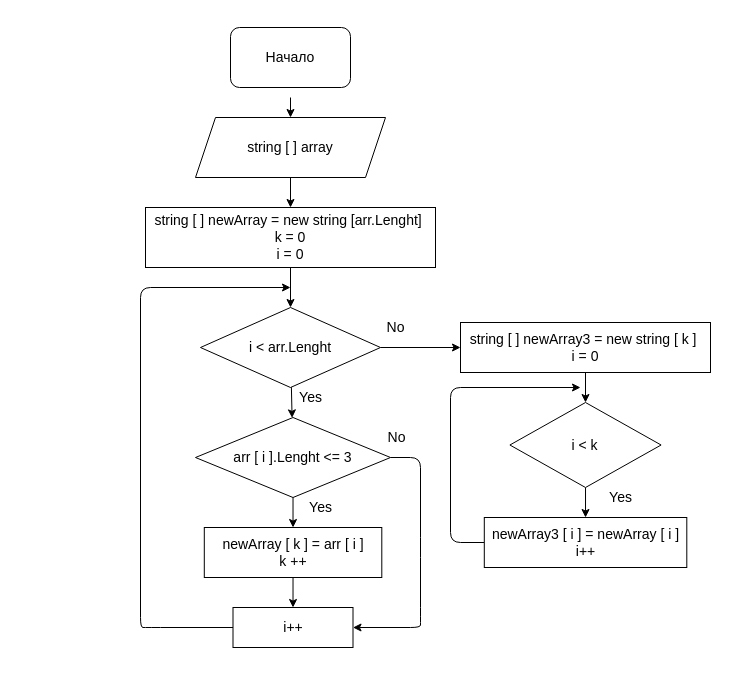
Earlier version of the draw.io diagram block.drawio (PenF00k/Final_Work). Source tidied: cells renumbered, new cells numbered last; positions are measured from the earlier drawing's top-left corner, leaving out a move shared by most shapes. Both pictures are drawn from the tidied source at 100%, with x=0, y=0 at pixel (140, 27).
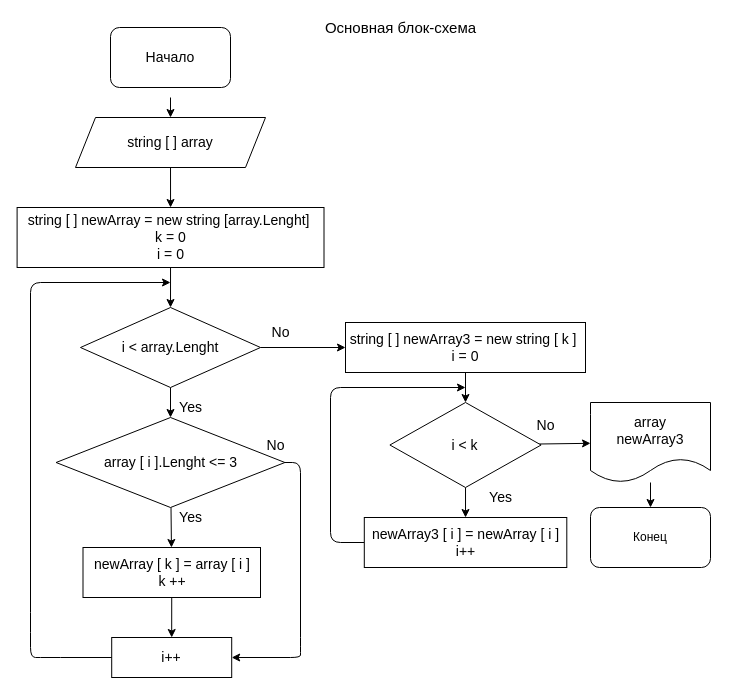
After the change.

Diff of the diagram source:
```diff
@@
     <mxCell id="2" style="edgeStyle=none;html=1;" parent="1" edge="1" target="4">
       <mxGeometry relative="1" as="geometry">
-        <mxPoint x="150" y="70" as="sourcePoint" />
+        <mxPoint x="30" y="70" as="sourcePoint" />
       </mxGeometry>
     </mxCell>
-    <mxCell id="3" style="edgeStyle=none;html=1;" parent="1" edge="1" source="4" target="7">
+    <mxCell id="3" style="edgeStyle=none;html=1;entryX=0.5;entryY=0;entryDx=0;entryDy=0;fontSize=15;" parent="1" edge="1" source="4" target="7">
       <mxGeometry relative="1" as="geometry" />
     </mxCell>
     <mxCell id="4" value="&lt;font style=&quot;font-size: 14px&quot;&gt;string [ ] array&lt;/font&gt;" style="shape=parallelogram;perimeter=parallelogramPerimeter;whiteSpace=wrap;html=1;fixedSize=1;" parent="1" vertex="1">
-      <mxGeometry x="55" y="90" width="190" height="60" as="geometry" />
+      <mxGeometry x="-65" y="90" width="190" height="50" as="geometry" />
     </mxCell>
     <mxCell id="5" value="&lt;font style=&quot;font-size: 14px&quot;&gt;Начало&lt;/font&gt;" style="rounded=1;whiteSpace=wrap;html=1;" parent="1" vertex="1">
-      <mxGeometry x="90" width="120" height="60" as="geometry" />
+      <mxGeometry x="-30" width="120" height="60" as="geometry" />
     </mxCell>
@@
-    <mxCell id="7" value="&lt;font style=&quot;font-size: 14px&quot;&gt;string [ ] newArray = new string [arr.Lenght]&amp;nbsp;&lt;br&gt;k = 0&lt;br&gt;i = 0&lt;br&gt;&lt;/font&gt;" style="whiteSpace=wrap;html=1;" parent="1" vertex="1">
-      <mxGeometry x="5" y="180" width="290" height="60" as="geometry" />
+    <mxCell id="7" value="&lt;font style=&quot;font-size: 14px&quot;&gt;string [ ] newArray = new string [array.Lenght]&amp;nbsp;&lt;br&gt;k = 0&lt;br&gt;i = 0&lt;br&gt;&lt;/font&gt;" style="whiteSpace=wrap;html=1;" parent="1" vertex="1">
+      <mxGeometry x="-123.4" y="180" width="306.9" height="60" as="geometry" />
     </mxCell>
@@
-    <mxCell id="10" value="&lt;font style=&quot;font-size: 14px&quot;&gt;i &amp;lt; arr.Lenght&lt;/font&gt;" style="rhombus;whiteSpace=wrap;html=1;" parent="1" vertex="1">
-      <mxGeometry x="60" y="280" width="180" height="80" as="geometry" />
+    <mxCell id="10" value="&lt;font style=&quot;font-size: 14px&quot;&gt;i &amp;lt; array.Lenght&lt;/font&gt;" style="rhombus;whiteSpace=wrap;html=1;" parent="1" vertex="1">
+      <mxGeometry x="-60" y="280" width="180" height="80" as="geometry" />
     </mxCell>
@@
-    <mxCell id="12" style="edgeStyle=none;html=1;exitX=1;exitY=0.5;exitDx=0;exitDy=0;fontSize=14;entryX=1;entryY=0.5;entryDx=0;entryDy=0;" parent="1" edge="1" source="13" target="19">
+    <mxCell id="12" style="edgeStyle=none;html=1;fontSize=15;entryX=1;entryY=0.5;entryDx=0;entryDy=0;" parent="1" edge="1" source="13" target="19">
       <mxGeometry relative="1" as="geometry">
         <Array as="points">
-          <mxPoint x="280" y="430" />
-          <mxPoint x="280" y="520" />
-          <mxPoint x="280" y="590" />
-          <mxPoint x="280" y="600" />
+          <mxPoint x="160" y="435" />
+          <mxPoint x="160" y="620" />
+          <mxPoint x="160" y="630" />
         </Array>
       </mxGeometry>
     </mxCell>
-    <mxCell id="13" value="&lt;font style=&quot;font-size: 14px&quot;&gt;arr [ i ].Lenght &amp;lt;= 3&lt;/font&gt;" style="rhombus;whiteSpace=wrap;html=1;" parent="1" vertex="1">
-      <mxGeometry x="55" y="390" width="195" height="80" as="geometry" />
+    <mxCell id="13" value="&lt;font style=&quot;font-size: 14px&quot;&gt;array [ i ].Lenght &amp;lt;= 3&lt;br&gt;&lt;/font&gt;" style="rhombus;whiteSpace=wrap;html=1;" parent="1" vertex="1">
+      <mxGeometry x="-84.4" y="390" width="228.8" height="90" as="geometry" />
     </mxCell>
     <mxCell id="14" value="Yes" style="text;html=1;align=center;verticalAlign=middle;strokeColor=none;fillColor=none;fontSize=14;" parent="1" vertex="1">
-      <mxGeometry x="150" y="360" width="40" height="20" as="geometry" />
+      <mxGeometry x="30" y="370" width="40" height="20" as="geometry" />
     </mxCell>
     <mxCell id="15" value="Yes" style="text;html=1;align=center;verticalAlign=middle;strokeColor=none;fillColor=none;fontSize=14;" parent="1" vertex="1">
-      <mxGeometry x="160" y="470" width="40" height="20" as="geometry" />
+      <mxGeometry x="30" y="480" width="40" height="20" as="geometry" />
     </mxCell>
-    <mxCell id="16" style="edgeStyle=none;html=1;fontSize=14;" parent="1" edge="1" source="17" target="19">
+    <mxCell id="16" style="edgeStyle=none;html=1;entryX=0.5;entryY=0;entryDx=0;entryDy=0;fontSize=15;" parent="1" edge="1" source="17" target="19">
       <mxGeometry relative="1" as="geometry" />
     </mxCell>
-    <mxCell id="17" value="&lt;span style=&quot;font-size: 14px&quot;&gt;newArray [ k ] = arr [ i ]&lt;/span&gt;&lt;br style=&quot;font-size: 14px&quot;&gt;&lt;span style=&quot;font-size: 14px&quot;&gt;k ++&lt;/span&gt;" style="whiteSpace=wrap;html=1;" parent="1" vertex="1">
-      <mxGeometry x="63.8" y="500" width="177.5" height="50" as="geometry" />
+    <mxCell id="17" value="&lt;span style=&quot;font-size: 14px&quot;&gt;newArray [ k ] = array [ i ]&lt;/span&gt;&lt;br style=&quot;font-size: 14px&quot;&gt;&lt;span style=&quot;font-size: 14px&quot;&gt;k ++&lt;/span&gt;" style="whiteSpace=wrap;html=1;" parent="1" vertex="1">
+      <mxGeometry x="-57.5" y="520" width="177.5" height="50" as="geometry" />
     </mxCell>
-    <mxCell id="18" style="edgeStyle=none;html=1;fontSize=14;" parent="1" edge="1" source="19">
+    <mxCell id="18" style="edgeStyle=none;html=1;fontSize=14;" parent="1" edge="1">
       <mxGeometry relative="1" as="geometry">
-        <mxPoint x="150" y="260" as="targetPoint" />
+        <mxPoint x="-20" y="630" as="sourcePoint" />
+        <mxPoint x="30" y="255" as="targetPoint" />
         <Array as="points">
-          <mxPoint x="10" y="600" />
-          <mxPoint y="600" />
-          <mxPoint y="260" />
+          <mxPoint x="-90" y="630" />
+          <mxPoint x="-110" y="630" />
+          <mxPoint x="-110" y="595" />
+          <mxPoint x="-110" y="255" />
         </Array>
       </mxGeometry>
     </mxCell>
+    <mxCell id="29" style="edgeStyle=none;html=1;fontSize=15;" parent="1" edge="1" source="19">
+      <mxGeometry relative="1" as="geometry">
+        <mxPoint x="-30" y="630" as="targetPoint" />
+      </mxGeometry>
+    </mxCell>
     <mxCell id="19" value="&lt;font style=&quot;font-size: 14px&quot;&gt;i++&lt;/font&gt;" style="whiteSpace=wrap;html=1;" parent="1" vertex="1">
-      <mxGeometry x="92.5" y="580" width="120" height="40" as="geometry" />
+      <mxGeometry x="-28.8" y="610" width="120" height="40" as="geometry" />
     </mxCell>
     <mxCell id="20" value="No" style="text;html=1;align=center;verticalAlign=middle;strokeColor=none;fillColor=none;fontSize=14;" parent="1" vertex="1">
-      <mxGeometry x="241.2" y="400" width="30" height="20" as="geometry" />
+      <mxGeometry x="120" y="407.5" width="30" height="20" as="geometry" />
     </mxCell>
     <mxCell id="21" value="No" style="text;html=1;align=center;verticalAlign=middle;strokeColor=none;fillColor=none;fontSize=14;" parent="1" vertex="1">
-      <mxGeometry x="240" y="290" width="30" height="20" as="geometry" />
+      <mxGeometry x="125" y="295" width="30" height="20" as="geometry" />
     </mxCell>
@@
     <mxCell id="23" value="&lt;span style=&quot;font-size: 14px&quot;&gt;string [ ] newArray3 = new string [ k ]&amp;nbsp;&lt;/span&gt;&lt;br style=&quot;font-size: 14px&quot;&gt;&lt;span style=&quot;font-size: 14px&quot;&gt;i = 0&lt;/span&gt;" style="whiteSpace=wrap;html=1;" parent="1" vertex="1">
-      <mxGeometry x="320" y="295" width="250" height="50" as="geometry" />
+      <mxGeometry x="205" y="295" width="240" height="50" as="geometry" />
     </mxCell>
@@
+    <mxCell id="30" style="edgeStyle=none;html=1;fontSize=14;" parent="1" edge="1" source="25" target="32">
+      <mxGeometry relative="1" as="geometry" />
+    </mxCell>
     <mxCell id="25" value="&lt;font style=&quot;font-size: 14px&quot;&gt;i &amp;lt; k&lt;/font&gt;" style="rhombus;whiteSpace=wrap;html=1;" parent="1" vertex="1">
-      <mxGeometry x="369.4" y="375" width="151.2" height="85" as="geometry" />
+      <mxGeometry x="249.4" y="375" width="151.2" height="85" as="geometry" />
     </mxCell>
     <mxCell id="26" style="edgeStyle=none;html=1;exitX=0;exitY=0.5;exitDx=0;exitDy=0;fontSize=14;" parent="1" edge="1" source="27">
       <mxGeometry relative="1" as="geometry">
-        <mxPoint x="440" y="360" as="targetPoint" />
+        <mxPoint x="325" y="360" as="targetPoint" />
         <Array as="points">
-          <mxPoint x="310" y="515" />
-          <mxPoint x="310" y="360" />
+          <mxPoint x="190" y="515" />
+          <mxPoint x="190" y="360" />
         </Array>
       </mxGeometry>
     </mxCell>
     <mxCell id="27" value="&lt;span style=&quot;font-size: 14px&quot;&gt;newArray3 [ i ] = newArray [ i ]&lt;br&gt;i++&lt;br&gt;&lt;/span&gt;" style="whiteSpace=wrap;html=1;" parent="1" vertex="1">
-      <mxGeometry x="343.8" y="490" width="202.5" height="50" as="geometry" />
+      <mxGeometry x="223.8" y="490" width="202.5" height="50" as="geometry" />
     </mxCell>
     <mxCell id="28" value="Yes" style="text;html=1;align=center;verticalAlign=middle;strokeColor=none;fillColor=none;fontSize=14;" parent="1" vertex="1">
-      <mxGeometry x="460" y="460" width="40" height="20" as="geometry" />
+      <mxGeometry x="340" y="460" width="40" height="20" as="geometry" />
     </mxCell>
+    <mxCell id="31" style="edgeStyle=none;html=1;fontSize=14;" parent="1" edge="1" source="32" target="34">
+      <mxGeometry relative="1" as="geometry" />
+    </mxCell>
+    <mxCell id="32" value="&lt;span style=&quot;font-size: 14px&quot;&gt;array&lt;/span&gt;&lt;span style=&quot;font-size: 14px&quot;&gt;&lt;br&gt;newArray3&lt;/span&gt;" style="shape=document;whiteSpace=wrap;html=1;boundedLbl=1;" parent="1" vertex="1">
+      <mxGeometry x="450" y="375" width="120" height="80" as="geometry" />
+    </mxCell>
+    <mxCell id="33" value="No" style="text;html=1;align=center;verticalAlign=middle;strokeColor=none;fillColor=none;fontSize=14;" parent="1" vertex="1">
+      <mxGeometry x="390" y="387.5" width="30" height="20" as="geometry" />
+    </mxCell>
+    <mxCell id="34" value="Конец" style="rounded=1;whiteSpace=wrap;html=1;" parent="1" vertex="1">
+      <mxGeometry x="450" y="480" width="120" height="60" as="geometry" />
+    </mxCell>
+    <mxCell id="35" value="&lt;font style=&quot;font-size: 15px&quot;&gt;Основная блок-схема&lt;/font&gt;" style="text;html=1;align=center;verticalAlign=middle;strokeColor=none;fillColor=none;strokeWidth=2;" parent="1" vertex="1">
+      <mxGeometry x="175" y="-10" width="170" height="20" as="geometry" />
+    </mxCell>
```
